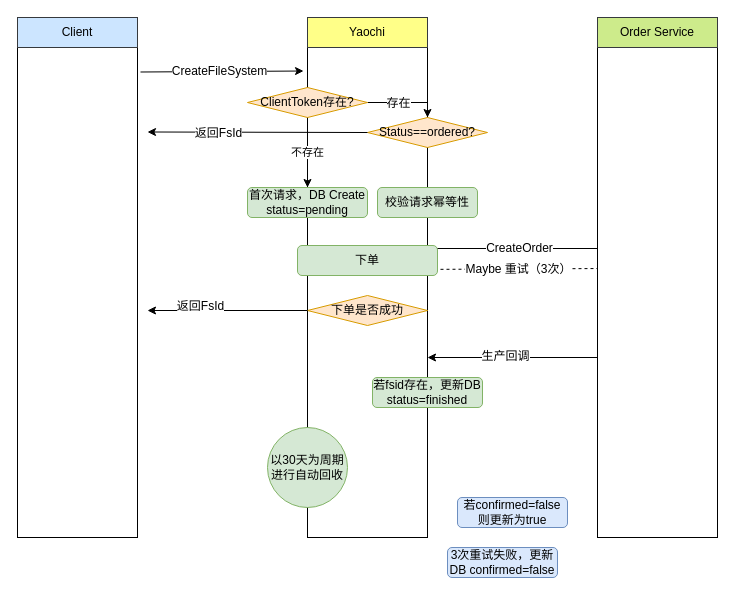
Above: 幂等性方案.drawio in guhanjie/draws (draw.io), before the change. Source tidied: cells renumbered, new cells numbered last; positions are measured from the earlier drawing's top-left corner, leaving out a move shared by most shapes. Both pictures are drawn from the tidied source at 100%, with x=0, y=0 at pixel (17, 17).
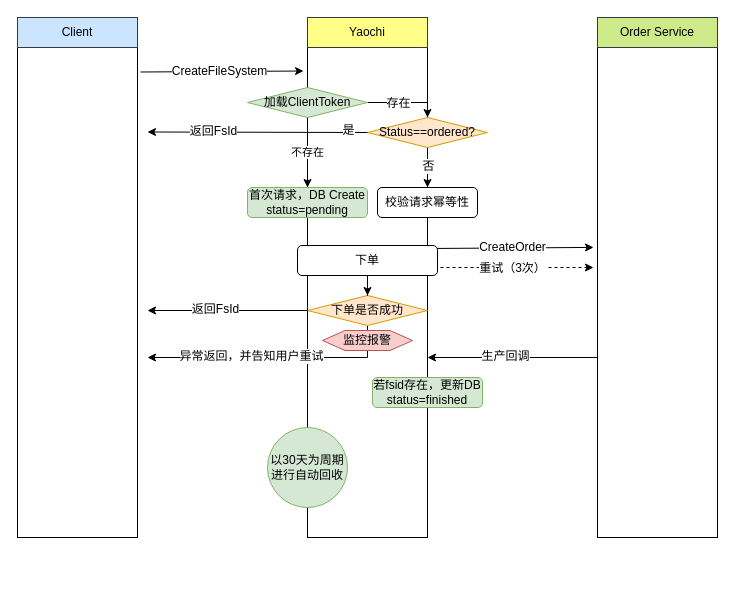
The same page after the edit.

Commit message:
更新幂等性方案.drawio

Unchanged cells that the change refers to:
```xml
<mxCell id="18" value="&lt;span style=&quot;text-align: left ; white-space: normal&quot;&gt;Status==ordered?&lt;/span&gt;" style="rhombus;whiteSpace=wrap;html=1;fillColor=#ffe6cc;strokeColor=#d79b00;" parent="1" vertex="1">
  <mxGeometry x="350" y="100" width="120" height="30" as="geometry" />
</mxCell>
<mxCell id="20" style="endArrow=classic;html=1;exitX=0;exitY=0.5;exitDx=0;exitDy=0;" parent="1" edge="1" source="18">
  <mxGeometry relative="1" as="geometry">
    <mxPoint x="130" y="114.5" as="targetPoint" />
  </mxGeometry>
</mxCell>
<mxCell id="23" value="&lt;span style=&quot;text-align: left ; white-space: normal&quot;&gt;下单是否成功&lt;/span&gt;" style="rhombus;whiteSpace=wrap;html=1;fillColor=#ffe6cc;strokeColor=#d79b00;" parent="1" vertex="1">
  <mxGeometry x="290" y="278" width="120" height="30" as="geometry" />
</mxCell>
<mxCell id="24" style="endArrow=classic;html=1;exitX=0;exitY=0.5;exitDx=0;exitDy=0;" parent="1" edge="1" source="23">
  <mxGeometry relative="1" as="geometry">
    <mxPoint x="130" y="293" as="targetPoint" />
  </mxGeometry>
</mxCell>
<mxCell id="30" style="rounded=0;whiteSpace=wrap;html=1;" parent="29" vertex="1">
  <mxGeometry y="30" width="120" height="490" as="geometry" />
</mxCell>
```

Diff of the diagram source:
```diff
@@
-    <mxCell id="3" style="endArrow=classic;html=1;" parent="1" edge="1">
+    <mxCell id="3" style="endArrow=classic;html=1;entryX=-0.033;entryY=0.408;entryDx=0;entryDy=0;entryPerimeter=0;" parent="1" edge="1" target="30">
       <mxGeometry relative="1" as="geometry">
         <mxPoint x="411" y="231" as="sourcePoint" />
-        <mxPoint x="590" y="231" as="targetPoint" />
       </mxGeometry>
     </mxCell>
@@
-    <mxCell id="7" style="endArrow=classic;html=1;entryX=-0.008;entryY=0.193;entryDx=0;entryDy=0;entryPerimeter=0;dashed=1;" parent="1" edge="1">
+    <mxCell id="7" style="endArrow=classic;html=1;dashed=1;" parent="1" edge="1">
       <mxGeometry relative="1" as="geometry">
-        <mxPoint x="411" y="251.9" as="sourcePoint" />
-        <mxPoint x="590" y="251" as="targetPoint" />
+        <mxPoint x="411" y="250" as="sourcePoint" />
+        <mxPoint x="576" y="250" as="targetPoint" />
       </mxGeometry>
     </mxCell>
-    <mxCell id="8" value="Maybe 重试（3次）" style="text;html=1;align=center;verticalAlign=middle;labelBackgroundColor=#ffffff;" parent="7" vertex="1">
+    <mxCell id="8" value="重试（3次）" style="text;html=1;align=center;verticalAlign=middle;labelBackgroundColor=#ffffff;" parent="7" vertex="1">
       <mxGeometry x="-0.11" relative="1" as="geometry">
         <mxPoint x="10" as="offset" />
       </mxGeometry>
     </mxCell>
@@
-    <mxCell id="11" value="&lt;span style=&quot;text-align: left&quot;&gt;3次重试失败，更新DB confirmed=false&lt;/span&gt;" style="rounded=1;whiteSpace=wrap;html=1;fillColor=#dae8fc;strokeColor=#6c8ebf;" parent="1" vertex="1">
-      <mxGeometry x="430" y="530" width="110" height="30" as="geometry" />
-    </mxCell>
@@
-    <mxCell id="17" value="&lt;span style=&quot;text-align: left ; white-space: normal&quot;&gt;ClientToken存在?&lt;/span&gt;" style="rhombus;whiteSpace=wrap;html=1;fillColor=#ffe6cc;strokeColor=#d79b00;" parent="1" vertex="1">
+    <mxCell id="17" value="&lt;span style=&quot;text-align: left ; white-space: normal&quot;&gt;加载ClientToken&lt;/span&gt;" style="rhombus;whiteSpace=wrap;html=1;fillColor=#d5e8d4;strokeColor=#82b366;" parent="1" vertex="1">
       <mxGeometry x="230" y="70" width="120" height="30" as="geometry" />
     </mxCell>
+    <mxCell id="35" style="edgeStyle=orthogonalEdgeStyle;rounded=0;jettySize=auto;html=1;exitX=0.5;exitY=1;exitDx=0;exitDy=0;entryX=0.5;entryY=0;entryDx=0;entryDy=0;" parent="1" edge="1" source="18" target="26">
+      <mxGeometry relative="1" as="geometry" />
+    </mxCell>
+    <mxCell id="36" value="否" style="text;html=1;align=center;verticalAlign=middle;labelBackgroundColor=#ffffff;" parent="35" vertex="1">
+      <mxGeometry x="-0.1" relative="1" as="geometry" />
+    </mxCell>
@@
-    <mxCell id="19" value="&lt;span style=&quot;text-align: left&quot;&gt;若confirmed=false&lt;/span&gt;&lt;span style=&quot;text-align: left&quot;&gt;&lt;br&gt;则更新为true&lt;/span&gt;" style="rounded=1;whiteSpace=wrap;html=1;fillColor=#dae8fc;strokeColor=#6c8ebf;" parent="1" vertex="1">
-      <mxGeometry x="440" y="480" width="110" height="30" as="geometry" />
-    </mxCell>
@@
     <mxCell id="21" value="返回FsId" style="text;html=1;align=center;verticalAlign=middle;labelBackgroundColor=#ffffff;" parent="20" vertex="1">
       <mxGeometry x="-0.22" y="-1" relative="1" as="geometry">
-        <mxPoint x="-64" y="1.2" as="offset" />
+        <mxPoint x="-69" y="-0.8" as="offset" />
       </mxGeometry>
     </mxCell>
+    <mxCell id="37" value="是" style="text;html=1;align=center;verticalAlign=middle;labelBackgroundColor=#ffffff;" parent="20" vertex="1">
+      <mxGeometry x="-0.67" y="-2" relative="1" as="geometry">
+        <mxPoint x="16" as="offset" />
+      </mxGeometry>
+    </mxCell>
@@
+    <mxCell id="38" style="edgeStyle=orthogonalEdgeStyle;rounded=0;jettySize=auto;html=1;exitX=0.5;exitY=1;exitDx=0;exitDy=0;" parent="1" edge="1" source="23">
+      <mxGeometry relative="1" as="geometry">
+        <mxPoint x="130" y="340" as="targetPoint" />
+        <Array as="points">
+          <mxPoint x="350" y="340" />
+          <mxPoint x="130" y="340" />
+        </Array>
+      </mxGeometry>
+    </mxCell>
+    <mxCell id="39" value="异常返回，并告知用户重试" style="text;html=1;align=center;verticalAlign=middle;labelBackgroundColor=#ffffff;" parent="38" vertex="1">
+      <mxGeometry x="0.59" y="-2" relative="1" as="geometry">
+        <mxPoint x="51" as="offset" />
+      </mxGeometry>
+    </mxCell>
@@
     <mxCell id="25" value="返回FsId" style="text;html=1;align=center;verticalAlign=middle;labelBackgroundColor=#ffffff;" parent="24" vertex="1">
       <mxGeometry x="0.41" y="-1" relative="1" as="geometry">
-        <mxPoint x="5" y="-4" as="offset" />
+        <mxPoint x="20" y="-1" as="offset" />
       </mxGeometry>
     </mxCell>
-    <mxCell id="26" value="&lt;span style=&quot;text-align: left&quot;&gt;校验请求幂等性&lt;br&gt;&lt;/span&gt;" style="rounded=1;whiteSpace=wrap;html=1;fillColor=#d5e8d4;strokeColor=#82b366;" parent="1" vertex="1">
+    <mxCell id="26" value="&lt;span style=&quot;text-align: left&quot;&gt;校验请求幂等性&lt;br&gt;&lt;/span&gt;" style="rounded=1;whiteSpace=wrap;html=1;" parent="1" vertex="1">
       <mxGeometry x="360" y="170" width="100" height="30" as="geometry" />
     </mxCell>
+    <mxCell id="40" style="edgeStyle=orthogonalEdgeStyle;rounded=0;jettySize=auto;html=1;exitX=0.5;exitY=1;exitDx=0;exitDy=0;" parent="1" edge="1" source="27" target="23">
+      <mxGeometry relative="1" as="geometry" />
+    </mxCell>
-    <mxCell id="27" value="&lt;span style=&quot;text-align: left&quot;&gt;下单&lt;br&gt;&lt;/span&gt;" style="rounded=1;whiteSpace=wrap;html=1;fillColor=#d5e8d4;strokeColor=#82b366;" parent="1" vertex="1">
+    <mxCell id="27" value="&lt;span style=&quot;text-align: left&quot;&gt;下单&lt;br&gt;&lt;/span&gt;" style="rounded=1;whiteSpace=wrap;html=1;" parent="1" vertex="1">
       <mxGeometry x="280" y="228" width="140" height="30" as="geometry" />
     </mxCell>
@@
+    <mxCell id="41" value="监控报警" style="shape=hexagon;perimeter=hexagonPerimeter2;whiteSpace=wrap;html=1;fillColor=#f8cecc;strokeColor=#b85450;" parent="1" vertex="1">
+      <mxGeometry x="305" y="313" width="90" height="20" as="geometry" />
+    </mxCell>
```
